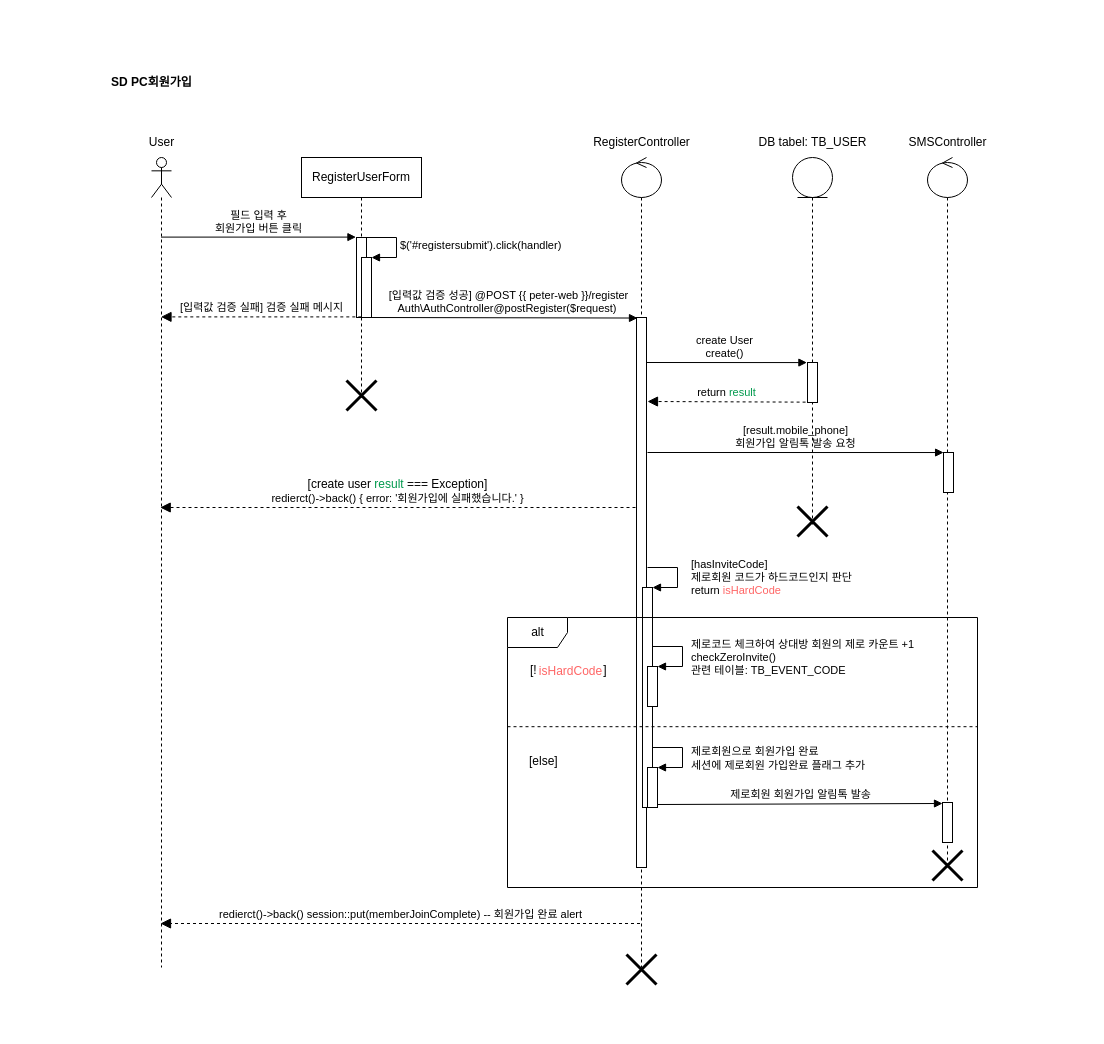
duchangkim/draw.io keeps this draw.io diagram as page "PC 회원가입 ver3" (4 of 4) of sequenceDiagram.drawio. Above is the earlier version. Source tidied: cells renumbered, new cells numbered last; positions are measured from the earlier drawing's top-left corner, leaving out a move shared by most shapes. Both pictures are drawn from the tidied source at 100%, with x=0, y=0 at pixel (17, 17).
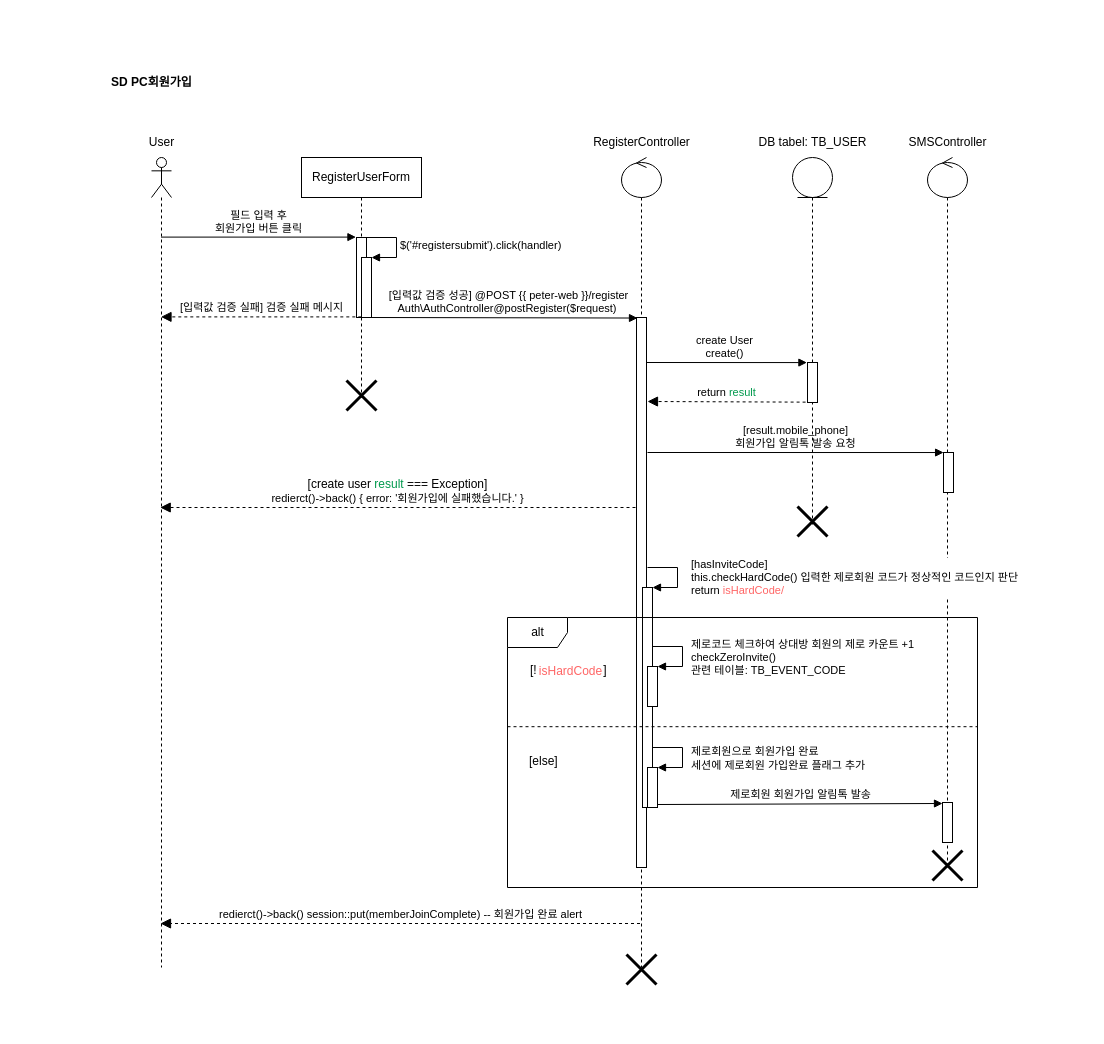
Above is the later version.

The change refers to these unchanged cells:
```xml
<mxCell id="31" style="html=1;points=[];perimeter=orthogonalPerimeter;fontColor=#000000;" parent="1" vertex="1">
  <mxGeometry x="625" y="570" width="10" height="220" as="geometry" />
</mxCell>
```

What changed in the source:
```diff
@@
-    <mxCell id="32" value="[hasInviteCode]&lt;br&gt;제로회원 코드가 하드코드인지 판단&lt;br&gt;return &lt;font color=&quot;#ff6666&quot;&gt;isHardCode&lt;/font&gt;" style="edgeStyle=orthogonalEdgeStyle;html=1;align=left;spacingLeft=2;endArrow=block;rounded=0;entryX=1;entryY=0;fontColor=#000000;" parent="1" edge="1" target="31">
+    <mxCell id="32" value="[hasInviteCode]&lt;br&gt;this.checkHardCode() 입력한 제로회원 코드가 정상적인 코드인지 판단&lt;br&gt;return &lt;font color=&quot;#ff6666&quot;&gt;isHardCode/&lt;/font&gt;" style="edgeStyle=orthogonalEdgeStyle;html=1;align=left;spacingLeft=2;endArrow=block;rounded=0;entryX=1;entryY=0;fontColor=#000000;" parent="1" edge="1" target="31">
       <mxGeometry x="0.07" y="10" relative="1" as="geometry">
         <mxPoint x="630" y="550" as="sourcePoint" />
         <Array as="points">
           <mxPoint x="660" y="550" />
         </Array>
       </mxGeometry>
     </mxCell>
```
